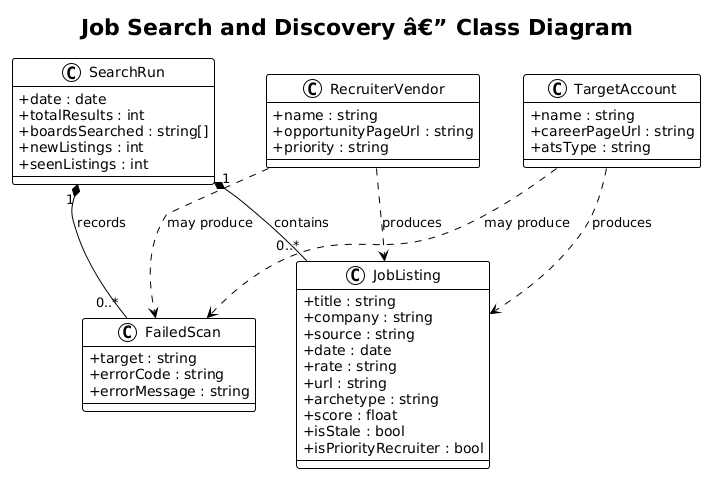
Above: docs/detailed-designs/05-job-search-and-discovery/diagrams/class_diagram.png in QuinntyneBrown/Orbit (PlantUML), before the change.
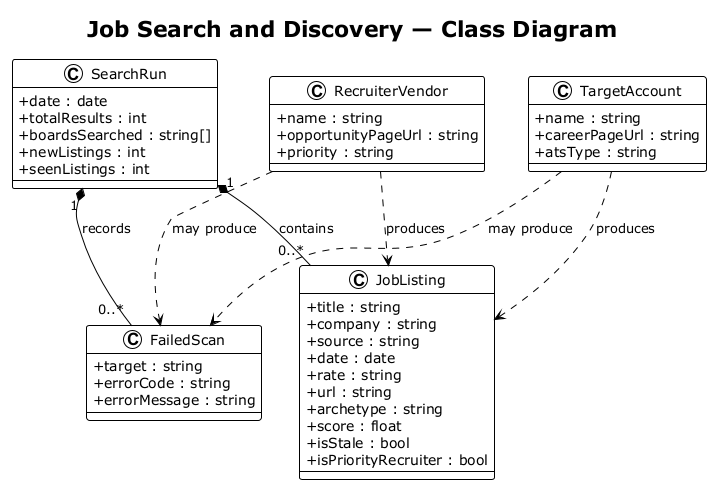
The same diagram one commit later.

Diff of the diagram source:
```diff
@@ -1,8 +1,8 @@
-@startuml
+@startuml class_diagram
 !theme plain
 skinparam classAttributeIconSize 0
 
-title Job Search and Discovery â€” Class Diagram
+title Job Search and Discovery — Class Diagram
 
 class SearchRun {
     +date : date
@@ -49,4 +49,5 @@
 RecruiterVendor ..> JobListing : produces
 RecruiterVendor ..> FailedScan : may produce
 TargetAccount ..> FailedScan : may produce
+
 @enduml
```
